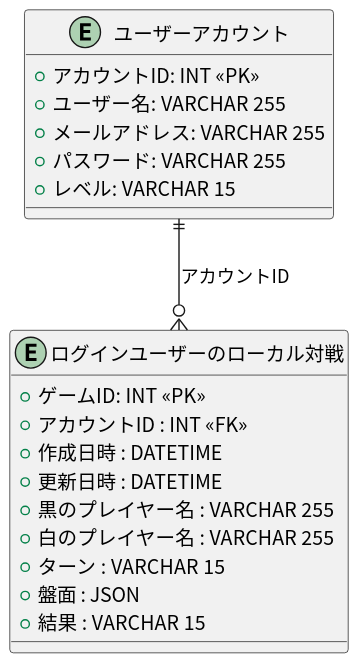
Before: docs/er/er_diagram/er.svg, a diagram exported from PlantUML (tomoki-shiozaki/othello).
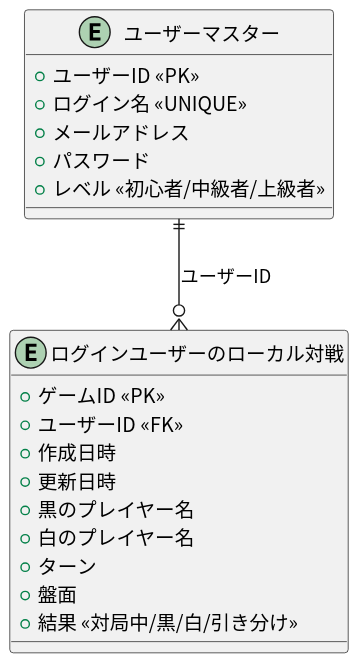
The same file after the commit.

Change to the diagram source:
```diff
@@ -1,24 +1,24 @@
 @startuml
 skinparam defaultFontName "Noto Sans CJK JP"
-entity "ユーザーアカウント" {
-  +アカウントID: INT <<PK>>
-  +ユーザー名: VARCHAR 255
-  +メールアドレス: VARCHAR 255
-  +パスワード: VARCHAR 255
-  +レベル: VARCHAR 15
+entity "ユーザーマスター" as User {
+  +ユーザーID <<PK>>
+  +ログイン名 <<UNIQUE>>
+  +メールアドレス
+  +パスワード
+  +レベル <<初心者/中級者/上級者>>
 }
 
-entity "ログインユーザーのローカル対戦" {
-  +ゲームID: INT <<PK>>
-  +アカウントID : INT <<FK>>
-  +作成日時 : DATETIME
-  +更新日時 : DATETIME
-  +黒のプレイヤー名 : VARCHAR 255
-  +白のプレイヤー名 : VARCHAR 255
-  +ターン : VARCHAR 15
-  +盤面 : JSON
-  +結果 : VARCHAR 15
+entity "ログインユーザーのローカル対戦" as AuthenticatedLocalGame {
+  +ゲームID <<PK>>
+  +ユーザーID <<FK>>
+  +作成日時
+  +更新日時
+  +黒のプレイヤー名
+  +白のプレイヤー名
+  +ターン
+  +盤面
+  +結果 <<対局中/黒/白/引き分け>>
 }
 
-"ユーザーアカウント" ||--o{ "ログインユーザーのローカル対戦" : アカウントID
+User ||--o{ AuthenticatedLocalGame : ユーザーID
 @enduml
```
